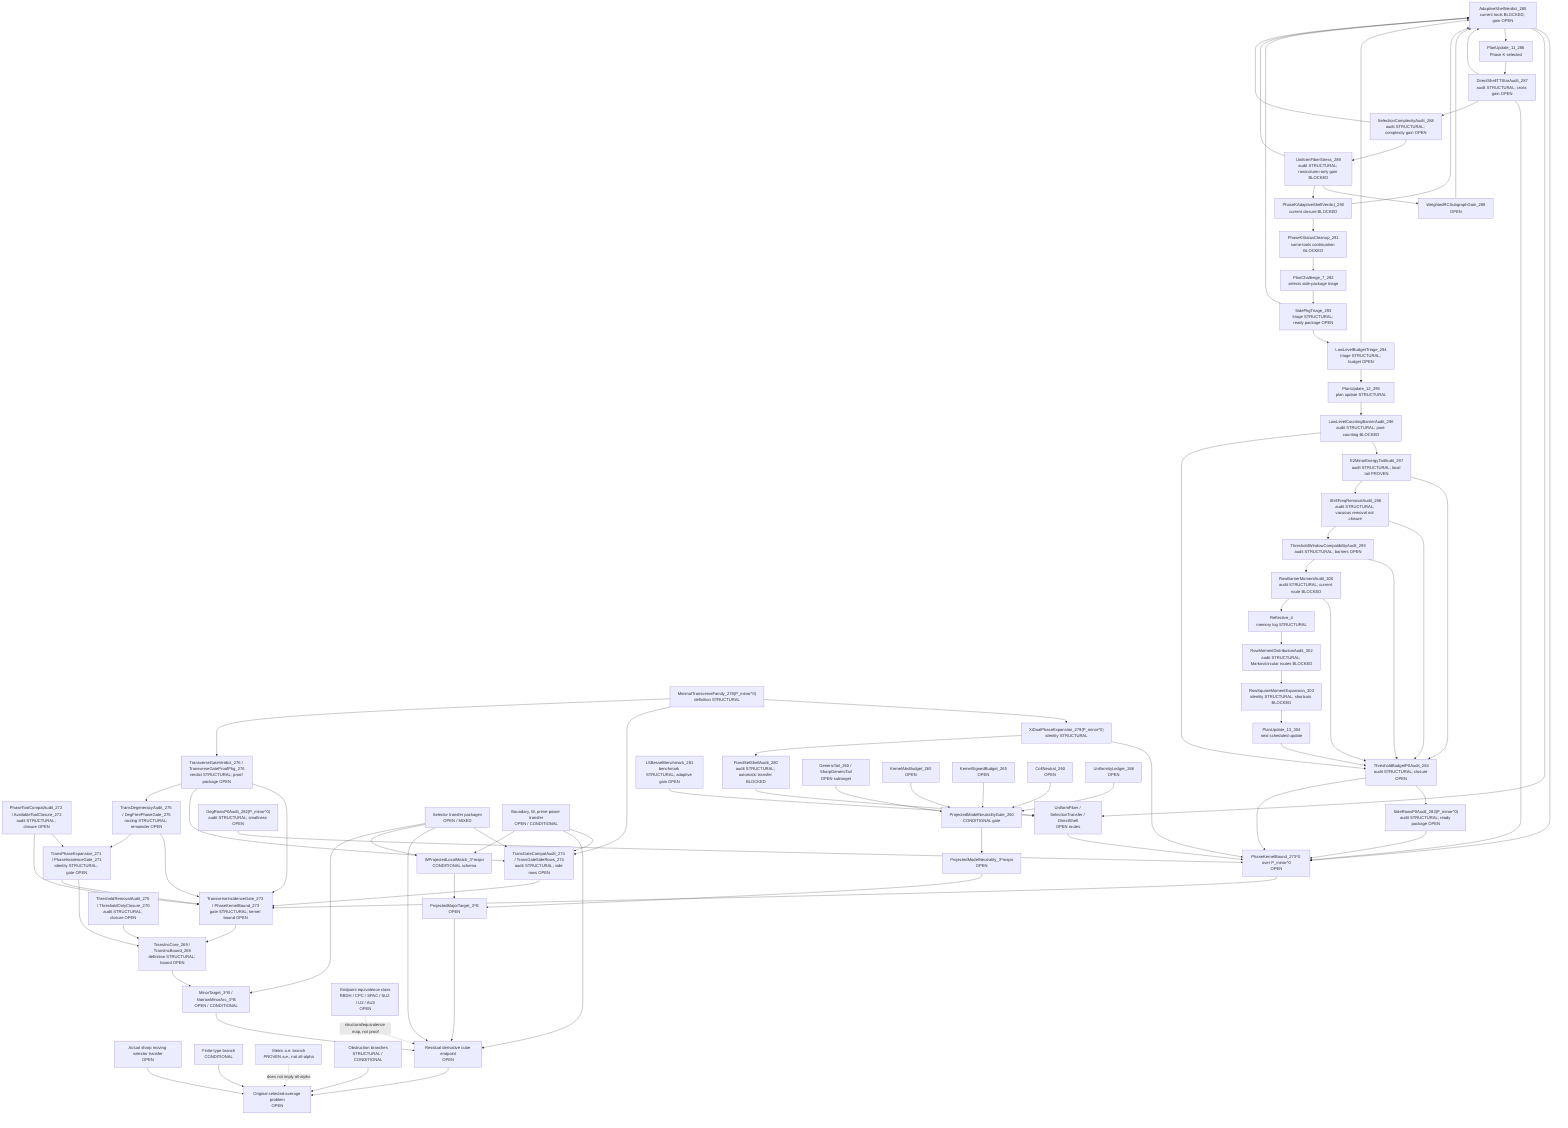
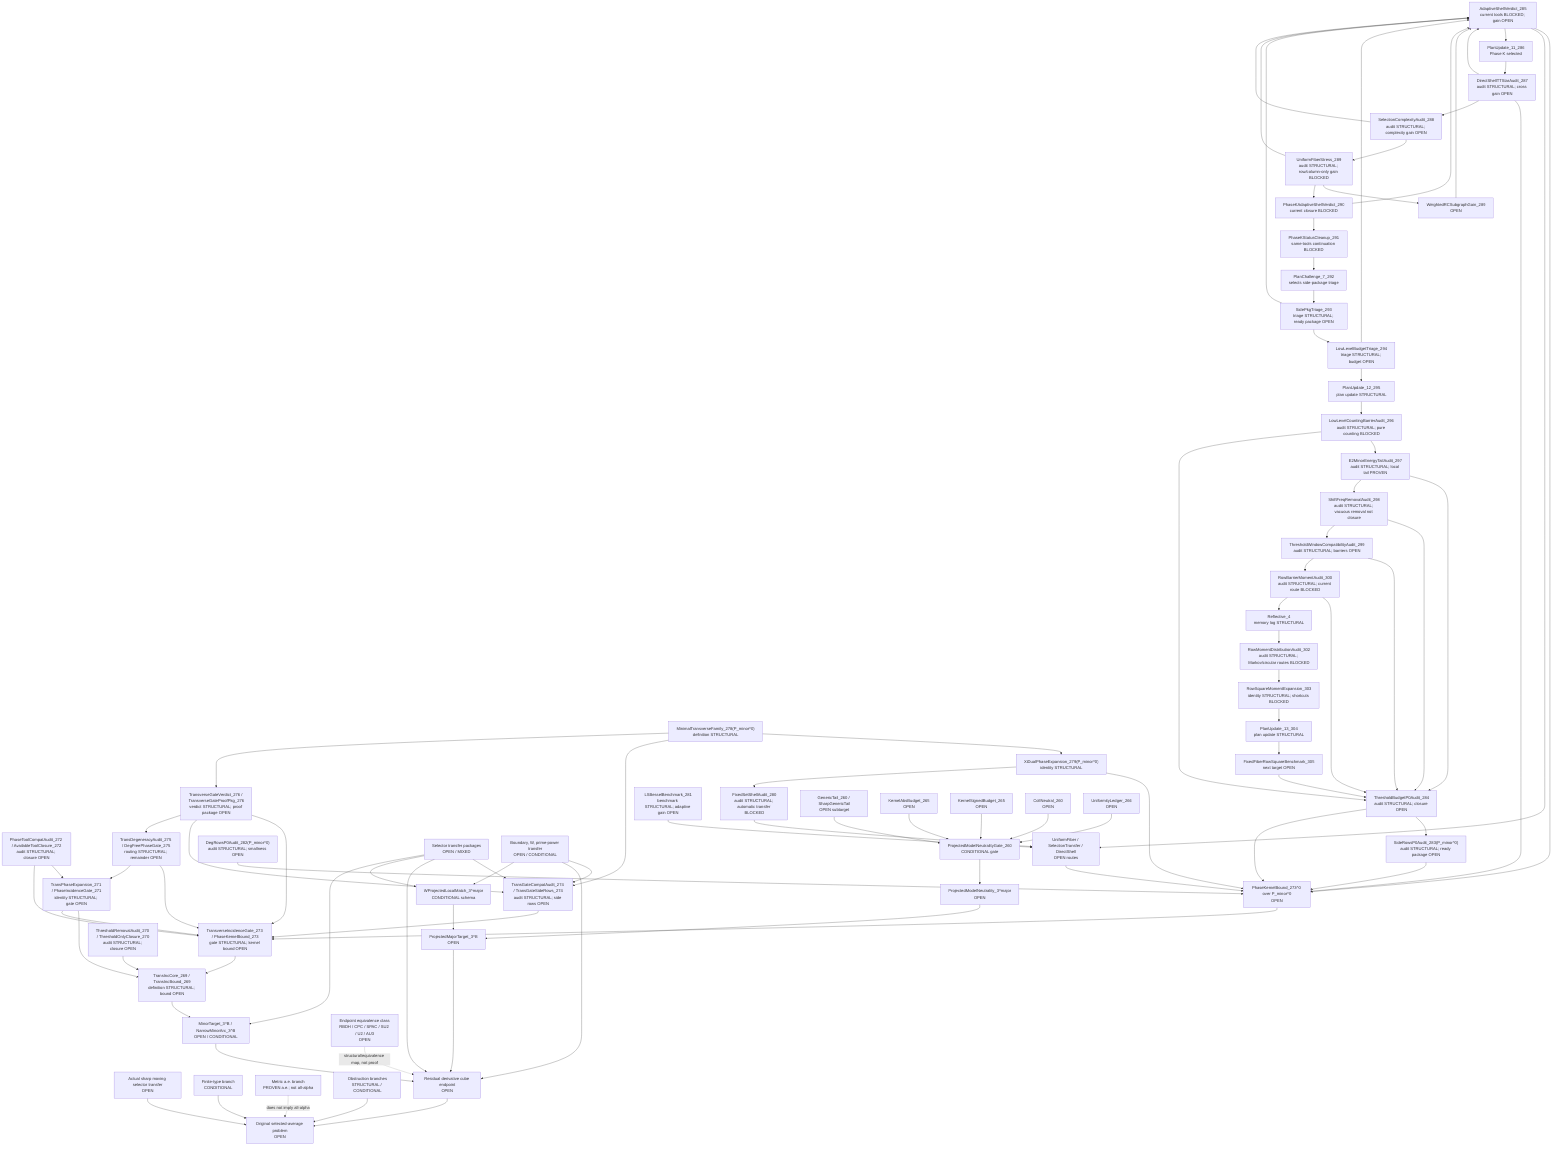
flowchart TD
  Original["Original selected-average problem<br/>OPEN"]
  SharpSel["Actual sharp moving selector transfer<br/>OPEN"]
  FiniteType["Finite-type branch<br/>CONDITIONAL"]
  Metric["Metric a.e. branch<br/>PROVEN a.e.; not all-alpha"]
  Obstruction["Obstruction branches<br/>STRUCTURAL / CONDITIONAL"]

  ResCube["Residual derivative cube endpoint<br/>OPEN"]
  MajorTarget["ProjectedMajorTarget_3^B<br/>OPEN"]
  MinorTarget["MinorTarget_3^B / NarrowMinorArc_3^B<br/>OPEN / CONDITIONAL"]
  TransInc["TransIncCore_269 / TransIncBound_269<br/>definition STRUCTURAL; bound OPEN"]
  ThresholdAudit["ThresholdRemovalAudit_270 / ThresholdOnlyClosure_270<br/>audit STRUCTURAL; closure OPEN"]
  PhaseExpansion["TransPhaseExpansion_271 / PhaseIncidenceGate_271<br/>identity STRUCTURAL; gate OPEN"]
  ToolCompat["PhaseToolCompatAudit_272 / AvailableToolClosure_272<br/>audit STRUCTURAL; closure OPEN"]
  TransGate["TransverseIncidenceGate_273 / PhaseKernelBound_273<br/>gate STRUCTURAL; kernel bound OPEN"]
  TransGateCompat["TransGateCompatAudit_274 / TransGateSideRows_274<br/>audit STRUCTURAL; side rows OPEN"]
  DegAudit["TransDegeneracyAudit_275 / DegFreePhaseGate_275<br/>routing STRUCTURAL; remainder OPEN"]
  TransVerdict["TransverseGateVerdict_276 / TransverseGateProofPkg_276<br/>verdict STRUCTURAL; proof package OPEN"]
  MinTransFamily["MinimalTransverseFamily_278(P_minor^0)<br/>definition STRUCTURAL"]
  XiExpansion["XiDualPhaseExpansion_279(P_minor^0)<br/>identity STRUCTURAL"]
  FixedShellAudit["FixedSetShellAudit_280<br/>audit STRUCTURAL; automatic transfer BLOCKED"]
  FixedShellTransfer["UniformFiber / SelectionTransfer / DirectShell<br/>OPEN routes"]
  LSBesselBench["LSBesselBenchmark_281<br/>benchmark STRUCTURAL; adaptive gain OPEN"]
  DegRowsP0["DegRowsP0Audit_282(P_minor^0)<br/>audit STRUCTURAL; smallness OPEN"]
  SideRowsP0["SideRowsP0Audit_283(P_minor^0)<br/>audit STRUCTURAL; ready package OPEN"]
  ThresholdP0["ThresholdBudgetP0Audit_284<br/>audit STRUCTURAL; closure OPEN"]
  AdaptiveShellP0["AdaptiveShellVerdict_285<br/>current tools BLOCKED; gain OPEN"]
  PlanUpdate11["PlanUpdate_11_286<br/>Phase K selected"]
  DirectTTStar["DirectShellTTStarAudit_287<br/>audit STRUCTURAL; cross gain OPEN"]
  SelectionComplexity["SelectionComplexityAudit_288<br/>audit STRUCTURAL; complexity gain OPEN"]
  UniformFiberStress["UniformFiberStress_289<br/>audit STRUCTURAL; row/column-only gain BLOCKED"]
  WeightedRCSubgraph["WeightedRCSubgraphGain_289<br/>OPEN"]
  AdaptiveVerdict290["PhaseKAdaptiveShellVerdict_290<br/>current closure BLOCKED"]
  PhaseKCleanup291["PhaseKStatusCleanup_291<br/>same-tools continuation BLOCKED"]
  PlanChallenge7["PlanChallenge_7_292<br/>selects side-package triage"]
  SidePkgTriage293["SidePkgTriage_293<br/>triage STRUCTURAL; ready package OPEN"]
  LowLevelTriage294["LowLevelBudgetTriage_294<br/>triage STRUCTURAL; budget OPEN"]
  PlanUpdate12["PlanUpdate_12_295<br/>plan update STRUCTURAL"]
  LowLevelBarrier296["LowLevelCountingBarrierAudit_296<br/>audit STRUCTURAL; pure counting BLOCKED"]
  E2Tail297["E2MinorEnergyTailAudit_297<br/>audit STRUCTURAL; local tail PROVEN"]
  ShiftFreq298["ShiftFreqRemovalAudit_298<br/>audit STRUCTURAL; vacuous removal not closure"]
  ThresholdWindow299["ThresholdWindowCompatibilityAudit_299<br/>audit STRUCTURAL; barriers OPEN"]
  RowBarrier300["RowBarrierMomentAudit_300<br/>audit STRUCTURAL; current route BLOCKED"]
  Reflective4["Reflective_4<br/>memory log STRUCTURAL"]
  RowMoment302["RowMomentDistributionAudit_302<br/>audit STRUCTURAL; Markov/circular routes BLOCKED"]
  RowSquare303["RowSquareMomentExpansion_303<br/>identity STRUCTURAL; shortcuts BLOCKED"]
-   PlanUpdate13["PlanUpdate_13_304<br/>next scheduled update"]
+   PlanUpdate13["PlanUpdate_13_304<br/>plan update STRUCTURAL"]
+   FixedFiber305["FixedFiberRowSquareBenchmark_305<br/>next target OPEN"]
  PhaseKernel0["PhaseKernelBound_273^0 over P_minor^0<br/>OPEN"]
  SelectorTransfer["Selector transfer packages<br/>OPEN / MIXED"]
  BoundaryTransfer["Boundary, W, prime-power transfer<br/>OPEN / CONDITIONAL"]

  WLocal["WProjectedLocalMatch_3^major<br/>CONDITIONAL schema"]
  ModelNeutral["ProjectedModelNeutrality_3^major<br/>OPEN"]
  PMNGate["ProjectedModelNeutralityGate_260<br/>CONDITIONAL gate"]
  GenericTail["GenericTail_260 / SharpGenericTail<br/>OPEN subtarget"]
  KernelAbs["KernelAbsBudget_265<br/>OPEN"]
  KernelSigned["KernelSignedBudget_265<br/>OPEN"]
  CollNeutral["CollNeutral_260<br/>OPEN"]
  Uniformity["UniformityLedger_266<br/>OPEN"]

  EndpointClass["Endpoint equivalence class<br/>RBDH / CPC / SPAC / SU2 / U2 / AU3<br/>OPEN"]

  SharpSel --> Original
  FiniteType --> Original
  Obstruction --> Original
  ResCube --> Original
  Metric -. "does not imply all-alpha" .-> Original

  MajorTarget --> ResCube
  MinorTarget --> ResCube
  TransInc --> MinorTarget
  ThresholdAudit --> TransInc
  PhaseExpansion --> TransInc
  ToolCompat --> PhaseExpansion
  TransGate --> TransInc
  PhaseExpansion --> TransGate
  ToolCompat --> TransGate
  TransGateCompat --> TransGate
  SelectorTransfer --> TransGateCompat
  BoundaryTransfer --> TransGateCompat
  DegAudit --> TransGate
  DegAudit --> PhaseExpansion
  TransVerdict --> TransGate
  TransVerdict --> TransGateCompat
  TransVerdict --> DegAudit
  PhaseKernel0 --> TransGate
  MinTransFamily --> XiExpansion
  XiExpansion --> PhaseKernel0
  XiExpansion --> FixedShellAudit
  FixedShellAudit --> FixedShellTransfer
  FixedShellTransfer --> PhaseKernel0
  LSBesselBench --> FixedShellTransfer
  DegRowsP0 --> PhaseKernel0
  SideRowsP0 --> PhaseKernel0
  ThresholdP0 --> SideRowsP0
  ThresholdP0 --> PhaseKernel0
  AdaptiveShellP0 --> PhaseKernel0
  AdaptiveShellP0 --> FixedShellTransfer
  AdaptiveShellP0 --> PlanUpdate11
  PlanUpdate11 --> DirectTTStar
  DirectTTStar --> AdaptiveShellP0
  DirectTTStar --> PhaseKernel0
  DirectTTStar --> SelectionComplexity
  SelectionComplexity --> UniformFiberStress
  SelectionComplexity --> AdaptiveShellP0
  UniformFiberStress --> WeightedRCSubgraph
  WeightedRCSubgraph --> AdaptiveShellP0
  UniformFiberStress --> AdaptiveVerdict290
  UniformFiberStress --> AdaptiveShellP0
  AdaptiveVerdict290 --> AdaptiveShellP0
  AdaptiveVerdict290 --> PhaseKCleanup291
  PhaseKCleanup291 --> PlanChallenge7
  PlanChallenge7 --> SidePkgTriage293
  SidePkgTriage293 --> LowLevelTriage294
  SidePkgTriage293 --> AdaptiveShellP0
  LowLevelTriage294 --> AdaptiveShellP0
  LowLevelTriage294 --> PlanUpdate12
  PlanUpdate12 --> LowLevelBarrier296
  LowLevelBarrier296 --> E2Tail297
  LowLevelBarrier296 --> ThresholdP0
  E2Tail297 --> ThresholdP0
  E2Tail297 --> ShiftFreq298
  ShiftFreq298 --> ThresholdP0
  ShiftFreq298 --> ThresholdWindow299
  ThresholdWindow299 --> ThresholdP0
  ThresholdWindow299 --> RowBarrier300
  RowBarrier300 --> ThresholdP0
  RowBarrier300 --> Reflective4
  Reflective4 --> RowMoment302
  RowMoment302 --> RowSquare303
  RowSquare303 --> PlanUpdate13
-   PlanUpdate13 --> ThresholdP0
+   PlanUpdate13 --> FixedFiber305
+   FixedFiber305 --> ThresholdP0
  MinTransFamily --> TransGateCompat
  MinTransFamily --> TransVerdict
  SelectorTransfer --> ResCube
  BoundaryTransfer --> ResCube
  EndpointClass -. "structural/equivalence map, not proof" .-> ResCube

  WLocal --> MajorTarget
  ModelNeutral --> MajorTarget

  PMNGate --> ModelNeutral
  GenericTail --> PMNGate
  KernelAbs --> PMNGate
  KernelSigned --> PMNGate
  CollNeutral --> PMNGate
  Uniformity --> PMNGate

  BoundaryTransfer --> WLocal
  SelectorTransfer --> WLocal
  SelectorTransfer --> MinorTarget
